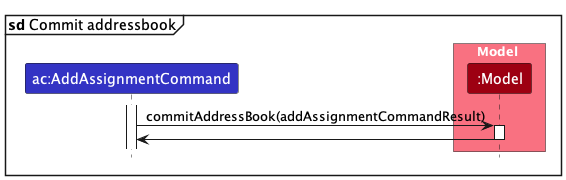
Earlier version of the PlantUML export docs/assets/dg/SDAddAssignmentCommitAddressbook.png (shamesjen/tp). Its diagram source:
```plantuml
@startuml
!include ./style.puml
skinparam ArrowFontStyle plain
skinparam sequenceReferenceBackgroundColor white

mainframe: **sd** Commit addressbook

participant "ac:AddAssignmentCommand" as AddAssignmentCommand LOGIC_COLOR

box Model MODEL_COLOR_T1
participant ":Model" as Model MODEL_COLOR
end box

activate AddAssignmentCommand
AddAssignmentCommand -> Model : commitAddressBook(addAssignmentCommandResult)
activate Model

Model -> AddAssignmentCommand
deactivate Model

@enduml
```
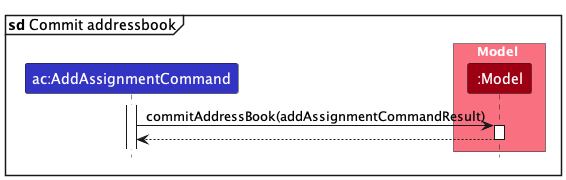
Later version of the same file.

Diff of the diagram source:
```diff
@@ -15,7 +15,7 @@
 AddAssignmentCommand -> Model : commitAddressBook(addAssignmentCommandResult)
 activate Model
 
-Model -> AddAssignmentCommand
+Model --> AddAssignmentCommand
 deactivate Model
 
 @enduml
```
